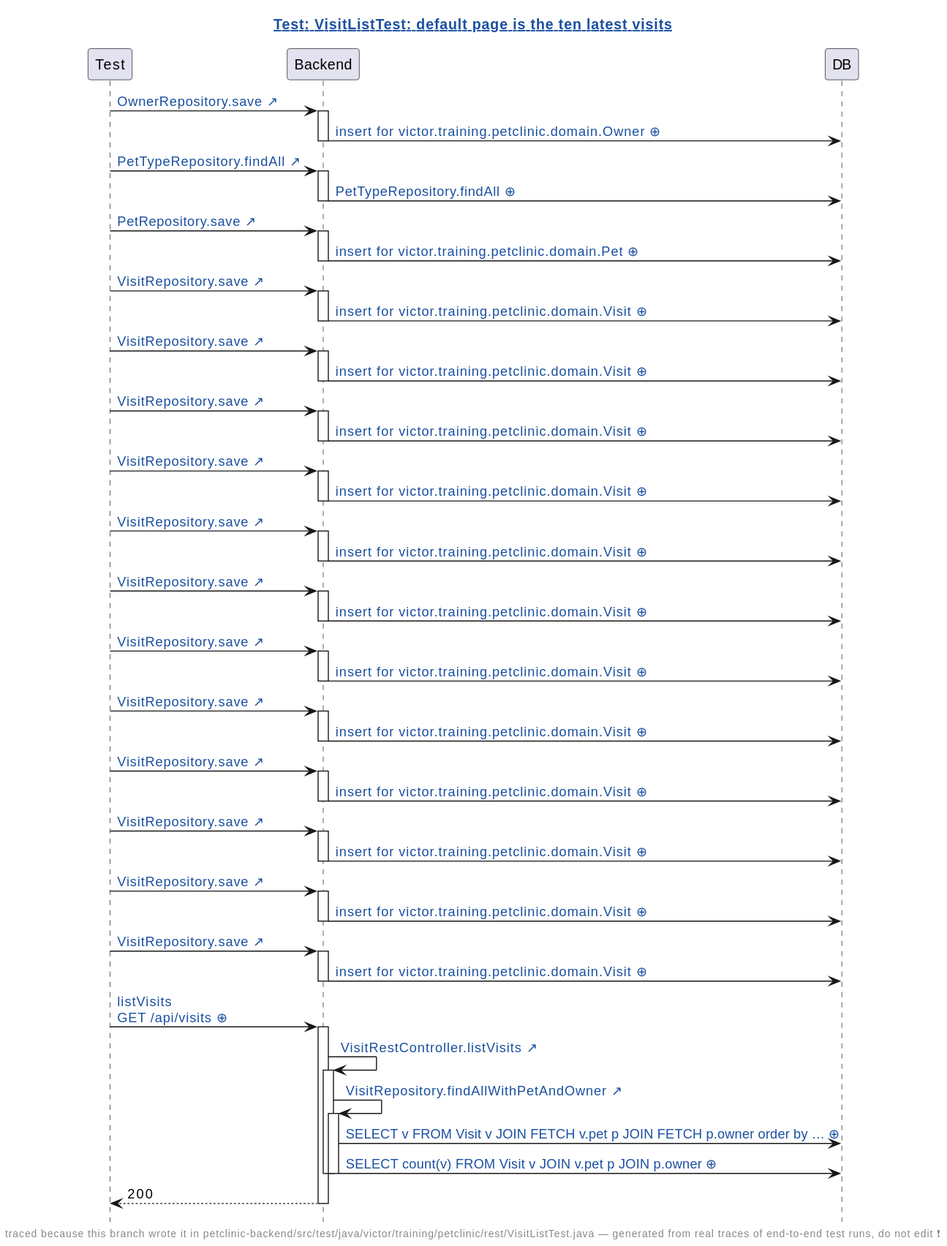
Before: demo/demo2/assets/diagrams/petclinic-test_generated_VisitListTest.java.default-page-is-the-ten-latest-visits.genseq.new.svg, a diagram exported from PlantUML (victorrentea/human-review).
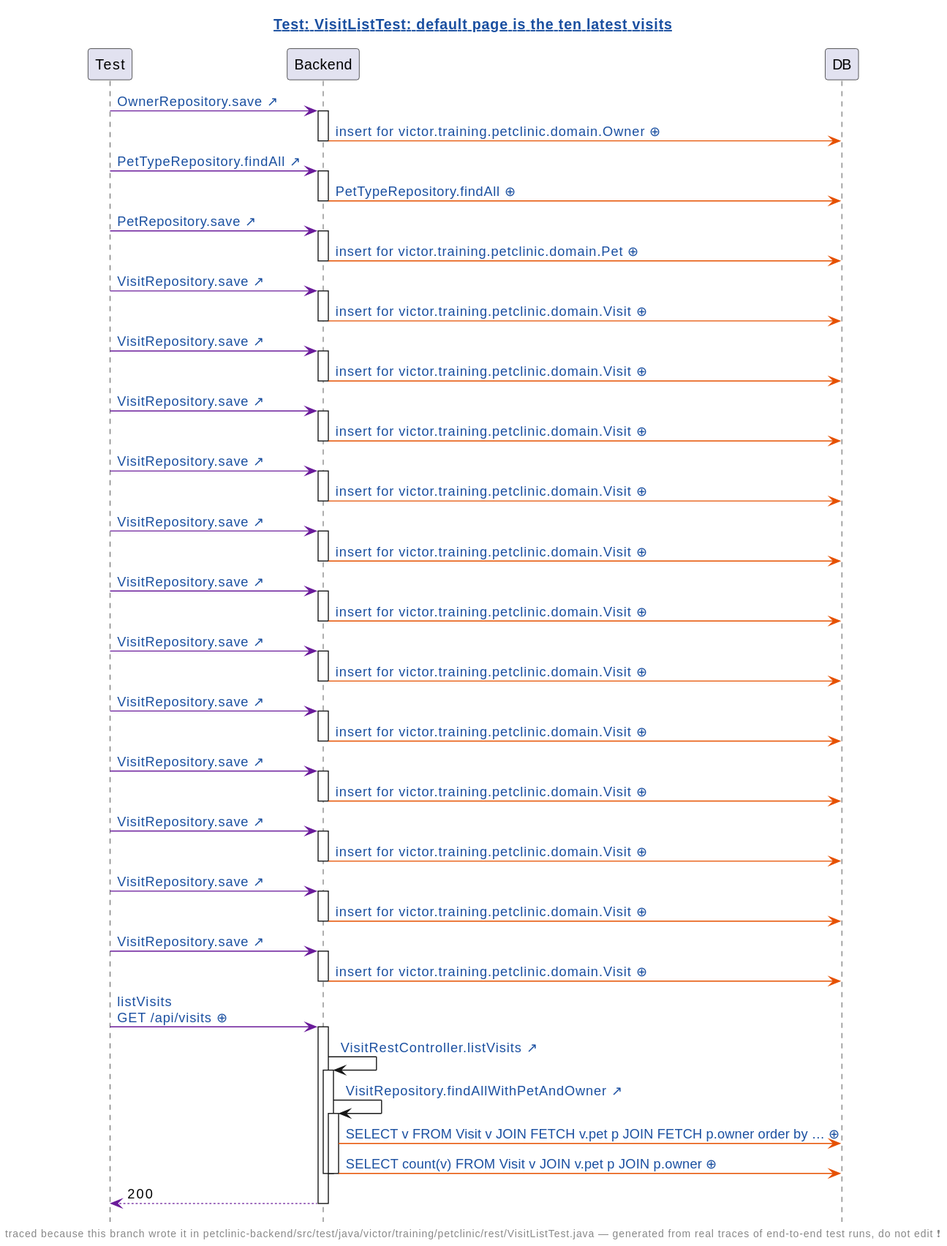
The same file after the commit.

Diff of the diagram source:
```diff
@@ -9,76 +9,76 @@
 participant Test
 participant Backend
 participant DB
-Test -> Backend: [[src://petclinic-backend/src/main/java/victor/training/petclinic/repository/OwnerRepository.java:19{Click to open OwnerRepository.save} OwnerRepository.save ↗]]
+Test -[#6A1B9A]> Backend: [[src://petclinic-backend/src/main/java/victor/training/petclinic/repository/OwnerRepository.java:19{Click to open OwnerRepository.save} OwnerRepository.save ↗]]
 activate Backend
-Backend -> DB: [[genseq://1x3fmx0{Click for the statement behind this call} insert for victor.training.petclinic.domain.Owner ⊕]]
+Backend -[#E65100]> DB: [[genseq://1x3fmx0{Click for the statement behind this call} insert for victor.training.petclinic.domain.Owner ⊕]]
 deactivate Backend
-Test -> Backend: [[src://petclinic-backend/src/main/java/victor/training/petclinic/repository/PetTypeRepository.java:11{Click to open PetTypeRepository.findAll} PetTypeRepository.findAll ↗]]
+Test -[#6A1B9A]> Backend: [[src://petclinic-backend/src/main/java/victor/training/petclinic/repository/PetTypeRepository.java:11{Click to open PetTypeRepository.findAll} PetTypeRepository.findAll ↗]]
 activate Backend
-Backend -> DB: [[genseq://0ji1js5{Click for the statement behind this call} PetTypeRepository.findAll ⊕]]
+Backend -[#E65100]> DB: [[genseq://0ji1js5{Click for the statement behind this call} PetTypeRepository.findAll ⊕]]
 deactivate Backend
-Test -> Backend: [[src://petclinic-backend/src/main/java/victor/training/petclinic/repository/PetRepository.java:18{Click to open PetRepository.save} PetRepository.save ↗]]
+Test -[#6A1B9A]> Backend: [[src://petclinic-backend/src/main/java/victor/training/petclinic/repository/PetRepository.java:18{Click to open PetRepository.save} PetRepository.save ↗]]
 activate Backend
-Backend -> DB: [[genseq://08brujg{Click for the statement behind this call} insert for victor.training.petclinic.domain.Pet ⊕]]
+Backend -[#E65100]> DB: [[genseq://08brujg{Click for the statement behind this call} insert for victor.training.petclinic.domain.Pet ⊕]]
 deactivate Backend
-Test -> Backend: [[src://petclinic-backend/src/main/java/victor/training/petclinic/repository/VisitRepository.java:16{Click to open VisitRepository.save} VisitRepository.save ↗]]
+Test -[#6A1B9A]> Backend: [[src://petclinic-backend/src/main/java/victor/training/petclinic/repository/VisitRepository.java:16{Click to open VisitRepository.save} VisitRepository.save ↗]]
 activate Backend
-Backend -> DB: [[genseq://0yd4ti6{Click for the statement behind this call} insert for victor.training.petclinic.domain.Visit ⊕]]
+Backend -[#E65100]> DB: [[genseq://0yd4ti6{Click for the statement behind this call} insert for victor.training.petclinic.domain.Visit ⊕]]
 deactivate Backend
-Test -> Backend: [[src://petclinic-backend/src/main/java/victor/training/petclinic/repository/VisitRepository.java:16{Click to open VisitRepository.save} VisitRepository.save ↗]]
+Test -[#6A1B9A]> Backend: [[src://petclinic-backend/src/main/java/victor/training/petclinic/repository/VisitRepository.java:16{Click to open VisitRepository.save} VisitRepository.save ↗]]
 activate Backend
-Backend -> DB: [[genseq://1d89m7e{Click for the statement behind this call} insert for victor.training.petclinic.domain.Visit ⊕]]
+Backend -[#E65100]> DB: [[genseq://1d89m7e{Click for the statement behind this call} insert for victor.training.petclinic.domain.Visit ⊕]]
 deactivate Backend
-Test -> Backend: [[src://petclinic-backend/src/main/java/victor/training/petclinic/repository/VisitRepository.java:16{Click to open VisitRepository.save} VisitRepository.save ↗]]
+Test -[#6A1B9A]> Backend: [[src://petclinic-backend/src/main/java/victor/training/petclinic/repository/VisitRepository.java:16{Click to open VisitRepository.save} VisitRepository.save ↗]]
 activate Backend
-Backend -> DB: [[genseq://1122xuq{Click for the statement behind this call} insert for victor.training.petclinic.domain.Visit ⊕]]
+Backend -[#E65100]> DB: [[genseq://1122xuq{Click for the statement behind this call} insert for victor.training.petclinic.domain.Visit ⊕]]
 deactivate Backend
-Test -> Backend: [[src://petclinic-backend/src/main/java/victor/training/petclinic/repository/VisitRepository.java:16{Click to open VisitRepository.save} VisitRepository.save ↗]]
+Test -[#6A1B9A]> Backend: [[src://petclinic-backend/src/main/java/victor/training/petclinic/repository/VisitRepository.java:16{Click to open VisitRepository.save} VisitRepository.save ↗]]
 activate Backend
-Backend -> DB: [[genseq://1e9984m{Click for the statement behind this call} insert for victor.training.petclinic.domain.Visit ⊕]]
+Backend -[#E65100]> DB: [[genseq://1e9984m{Click for the statement behind this call} insert for victor.training.petclinic.domain.Visit ⊕]]
 deactivate Backend
-Test -> Backend: [[src://petclinic-backend/src/main/java/victor/training/petclinic/repository/VisitRepository.java:16{Click to open VisitRepository.save} VisitRepository.save ↗]]
+Test -[#6A1B9A]> Backend: [[src://petclinic-backend/src/main/java/victor/training/petclinic/repository/VisitRepository.java:16{Click to open VisitRepository.save} VisitRepository.save ↗]]
 activate Backend
-Backend -> DB: [[genseq://1np6aku{Click for the statement behind this call} insert for victor.training.petclinic.domain.Visit ⊕]]
+Backend -[#E65100]> DB: [[genseq://1np6aku{Click for the statement behind this call} insert for victor.training.petclinic.domain.Visit ⊕]]
 deactivate Backend
-Test -> Backend: [[src://petclinic-backend/src/main/java/victor/training/petclinic/repository/VisitRepository.java:16{Click to open VisitRepository.save} VisitRepository.save ↗]]
+Test -[#6A1B9A]> Backend: [[src://petclinic-backend/src/main/java/victor/training/petclinic/repository/VisitRepository.java:16{Click to open VisitRepository.save} VisitRepository.save ↗]]
 activate Backend
-Backend -> DB: [[genseq://1qct9g2{Click for the statement behind this call} insert for victor.training.petclinic.domain.Visit ⊕]]
+Backend -[#E65100]> DB: [[genseq://1qct9g2{Click for the statement behind this call} insert for victor.training.petclinic.domain.Visit ⊕]]
 deactivate Backend
-Test -> Backend: [[src://petclinic-backend/src/main/java/victor/training/petclinic/repository/VisitRepository.java:16{Click to open VisitRepository.save} VisitRepository.save ↗]]
+Test -[#6A1B9A]> Backend: [[src://petclinic-backend/src/main/java/victor/training/petclinic/repository/VisitRepository.java:16{Click to open VisitRepository.save} VisitRepository.save ↗]]
 activate Backend
-Backend -> DB: [[genseq://089v7ai{Click for the statement behind this call} insert for victor.training.petclinic.domain.Visit ⊕]]
+Backend -[#E65100]> DB: [[genseq://089v7ai{Click for the statement behind this call} insert for victor.training.petclinic.domain.Visit ⊕]]
 deactivate Backend
-Test -> Backend: [[src://petclinic-backend/src/main/java/victor/training/petclinic/repository/VisitRepository.java:16{Click to open VisitRepository.save} VisitRepository.save ↗]]
+Test -[#6A1B9A]> Backend: [[src://petclinic-backend/src/main/java/victor/training/petclinic/repository/VisitRepository.java:16{Click to open VisitRepository.save} VisitRepository.save ↗]]
 activate Backend
-Backend -> DB: [[genseq://0kh1gpy{Click for the statement behind this call} insert for victor.training.petclinic.domain.Visit ⊕]]
+Backend -[#E65100]> DB: [[genseq://0kh1gpy{Click for the statement behind this call} insert for victor.training.petclinic.domain.Visit ⊕]]
 deactivate Backend
-Test -> Backend: [[src://petclinic-backend/src/main/java/victor/training/petclinic/repository/VisitRepository.java:16{Click to open VisitRepository.save} VisitRepository.save ↗]]
+Test -[#6A1B9A]> Backend: [[src://petclinic-backend/src/main/java/victor/training/petclinic/repository/VisitRepository.java:16{Click to open VisitRepository.save} VisitRepository.save ↗]]
 activate Backend
-Backend -> DB: [[genseq://1ppdmwu{Click for the statement behind this call} insert for victor.training.petclinic.domain.Visit ⊕]]
+Backend -[#E65100]> DB: [[genseq://1ppdmwu{Click for the statement behind this call} insert for victor.training.petclinic.domain.Visit ⊕]]
 deactivate Backend
-Test -> Backend: [[src://petclinic-backend/src/main/java/victor/training/petclinic/repository/VisitRepository.java:16{Click to open VisitRepository.save} VisitRepository.save ↗]]
+Test -[#6A1B9A]> Backend: [[src://petclinic-backend/src/main/java/victor/training/petclinic/repository/VisitRepository.java:16{Click to open VisitRepository.save} VisitRepository.save ↗]]
 activate Backend
-Backend -> DB: [[genseq://0p7j1vd{Click for the statement behind this call} insert for victor.training.petclinic.domain.Visit ⊕]]
+Backend -[#E65100]> DB: [[genseq://0p7j1vd{Click for the statement behind this call} insert for victor.training.petclinic.domain.Visit ⊕]]
 deactivate Backend
-Test -> Backend: [[src://petclinic-backend/src/main/java/victor/training/petclinic/repository/VisitRepository.java:16{Click to open VisitRepository.save} VisitRepository.save ↗]]
+Test -[#6A1B9A]> Backend: [[src://petclinic-backend/src/main/java/victor/training/petclinic/repository/VisitRepository.java:16{Click to open VisitRepository.save} VisitRepository.save ↗]]
 activate Backend
-Backend -> DB: [[genseq://0bab2me{Click for the statement behind this call} insert for victor.training.petclinic.domain.Visit ⊕]]
+Backend -[#E65100]> DB: [[genseq://0bab2me{Click for the statement behind this call} insert for victor.training.petclinic.domain.Visit ⊕]]
 deactivate Backend
-Test -> Backend: [[src://petclinic-backend/src/main/java/victor/training/petclinic/repository/VisitRepository.java:16{Click to open VisitRepository.save} VisitRepository.save ↗]]
+Test -[#6A1B9A]> Backend: [[src://petclinic-backend/src/main/java/victor/training/petclinic/repository/VisitRepository.java:16{Click to open VisitRepository.save} VisitRepository.save ↗]]
 activate Backend
-Backend -> DB: [[genseq://0dprkyo{Click for the statement behind this call} insert for victor.training.petclinic.domain.Visit ⊕]]
+Backend -[#E65100]> DB: [[genseq://0dprkyo{Click for the statement behind this call} insert for victor.training.petclinic.domain.Visit ⊕]]
 deactivate Backend
-Test -> Backend: [[genseq://06pr5p7{Click for the request as it was sent} listVisits\nGET /api/visits ⊕]]
+Test -[#6A1B9A]> Backend: [[genseq://06pr5p7{Click for the request as it was sent} listVisits\nGET /api/visits ⊕]]
 activate Backend
 Backend -> Backend: [[src://petclinic-backend/src/main/java/victor/training/petclinic/rest/VisitRestController.java:54{Click to open VisitRestController.listVisits} VisitRestController.listVisits ↗]]
 activate Backend
 Backend -> Backend: [[src://petclinic-backend/src/main/java/victor/training/petclinic/repository/VisitRepository.java:22{Click to open VisitRepository.findAllWithPetAndOwner} VisitRepository.findAllWithPetAndOwner ↗]]
 activate Backend
-Backend -> DB: [[genseq://114roce{Click for the statement behind this call} SELECT v FROM Visit v JOIN FETCH v.pet p JOIN FETCH p.owner order by … ⊕]]
-Backend -> DB: [[genseq://0gohwr7{Click for the statement behind this call} SELECT count(v) FROM Visit v JOIN v.pet p JOIN p.owner ⊕]]
+Backend -[#E65100]> DB: [[genseq://114roce{Click for the statement behind this call} SELECT v FROM Visit v JOIN FETCH v.pet p JOIN FETCH p.owner order by … ⊕]]
+Backend -[#E65100]> DB: [[genseq://0gohwr7{Click for the statement behind this call} SELECT count(v) FROM Visit v JOIN v.pet p JOIN p.owner ⊕]]
 deactivate Backend
 deactivate Backend
-Backend --> Test: 200
+Backend -[#6A1B9A]-> Test: 200
 deactivate Backend
 @enduml
```
